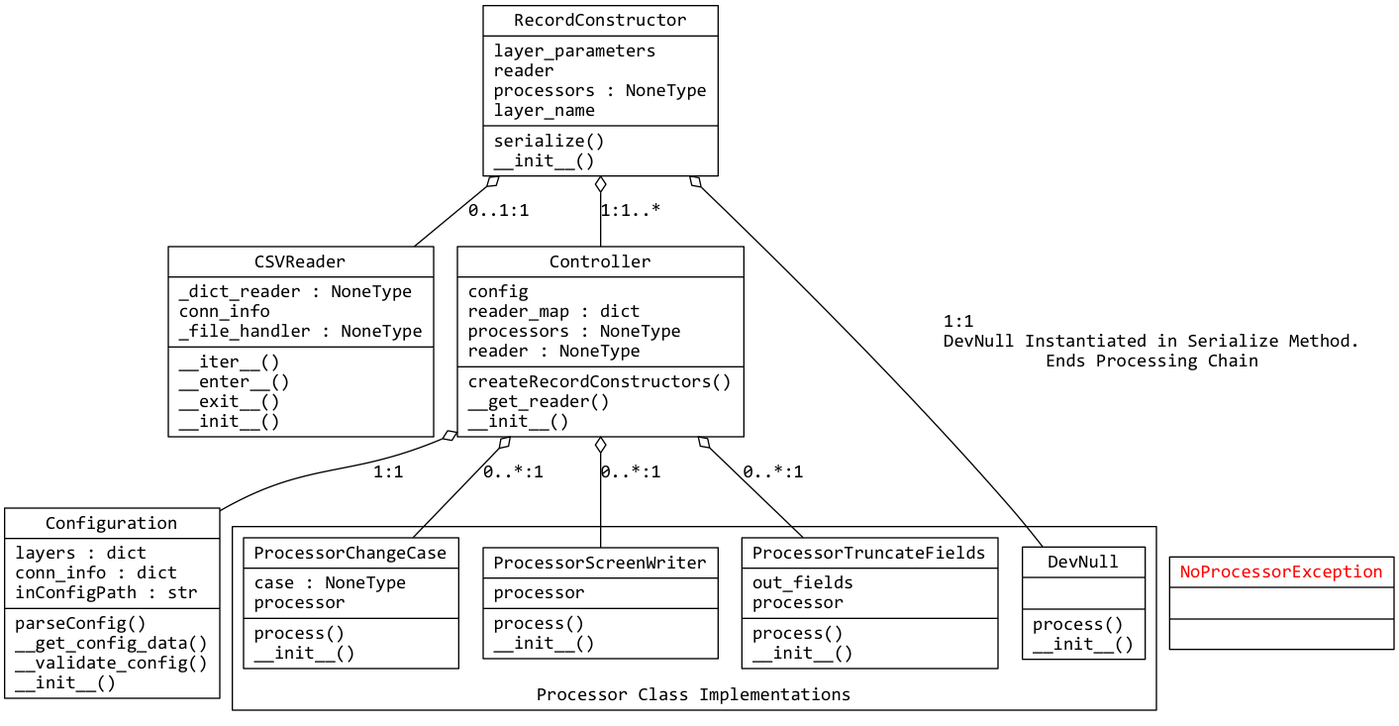
This is scripts/class_diagram.png from mattmakesmaps/DataPlunger, a Graphviz export, as it was before one commit. Its source is kept beside it as scripts/class_diagram.dot. Source of this version:
```dot
digraph "classes_No_Name" {
graph [fontname = "consolas"];
node [fontname = "consolas"];
edge [fontname = "consolas"];
charset="utf-8"
rankdir=BT
"CSVReader" [shape="record", label="{CSVReader|_dict_reader : NoneType\lconn_info\l_file_handler : NoneType\l|__iter__()\l__enter__()\l__exit__()\l__init__()\l}"];
"Configuration" [shape="record", label="{Configuration|layers : dict\lconn_info : dict\linConfigPath : str\l|parseConfig()\l__get_config_data()\l__validate_config()\l__init__()\l}"];
"Controller" [shape="record", label="{Controller|config\lreader_map : dict\lprocessors : NoneType\lreader : NoneType\l|createRecordConstructors()\l__get_reader()\l__init__()\l}"];
"DevNull" [shape="record", label="{DevNull|\l|process()\l__init__()\l}"];
"NoProcessorException" [fontcolor="red", shape="record", label="{NoProcessorException|\l|}"];
"ProcessorChangeCase" [shape="record", label="{ProcessorChangeCase|case : NoneType\lprocessor\l|process()\l__init__()\l}"];
"ProcessorScreenWriter" [shape="record", label="{ProcessorScreenWriter|processor\l|process()\l__init__()\l}"];
"ProcessorTruncateFields" [shape="record", label="{ProcessorTruncateFields|out_fields\lprocessor\l|process()\l__init__()\l}"];
"RecordConstructor" [shape="record", label="{RecordConstructor|layer_parameters\lreader\lprocessors : NoneType\llayer_name\l|serialize()\l__init__()\l}"];
subgraph "clusterProcessors"{
    "ProcessorTruncateFields" "ProcessorScreenWriter" "ProcessorChangeCase" "DevNull";
    label = "Processor Class Implementations";
}
"CSVReader" -> "RecordConstructor" [arrowhead="odiamond", arrowtail="none", label="0..1:1"];
"Configuration" -> "Controller" [arrowhead="odiamond", arrowtail="none", label="1:1"];
"Controller" -> "RecordConstructor" [arrowhead="odiamond", arrowtail="none", label="1:1..*"];
{"ProcessorChangeCase" "ProcessorTruncateFields" "ProcessorScreenWriter"} -> "Controller" [arrowhead="odiamond", arrowtail="none", label="0..*:1"]
{"DevNull"} -> "RecordConstructor" [arrowhead="odiamond", arrowtail="none", label="1:1\lDevNull Instantiated in Serialize Method.\lEnds Processing Chain"]
}
```
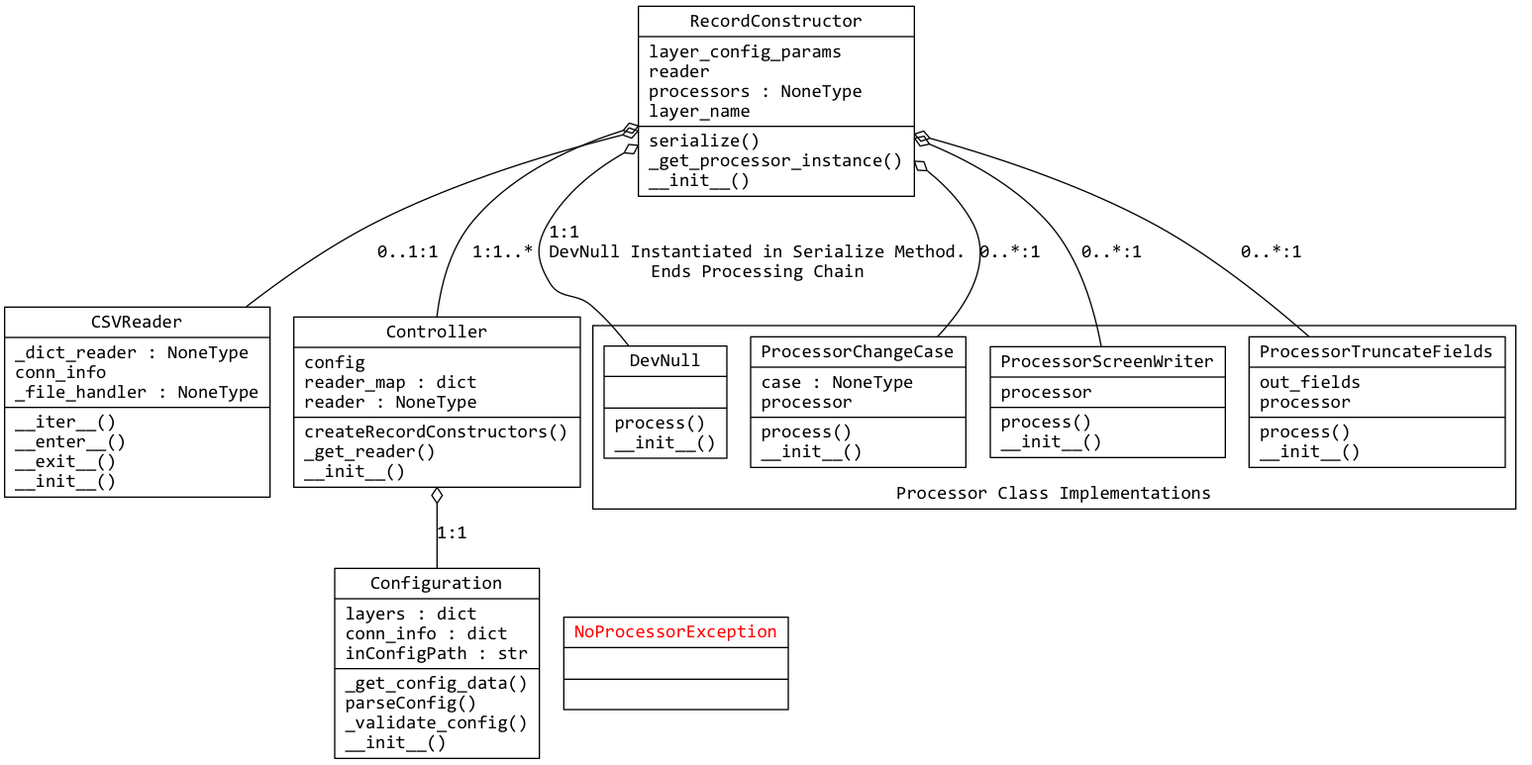
The same file after the commit.

Commit message:
update class diagram

Diff of the diagram source:
```diff
@@ -1,18 +1,18 @@
-digraph "classes_No_Name" {
+digraph "class_diagram" {
 graph [fontname = "consolas"];
 node [fontname = "consolas"];
 edge [fontname = "consolas"];
 charset="utf-8"
 rankdir=BT
 "CSVReader" [shape="record", label="{CSVReader|_dict_reader : NoneType\lconn_info\l_file_handler : NoneType\l|__iter__()\l__enter__()\l__exit__()\l__init__()\l}"];
-"Configuration" [shape="record", label="{Configuration|layers : dict\lconn_info : dict\linConfigPath : str\l|parseConfig()\l__get_config_data()\l__validate_config()\l__init__()\l}"];
-"Controller" [shape="record", label="{Controller|config\lreader_map : dict\lprocessors : NoneType\lreader : NoneType\l|createRecordConstructors()\l__get_reader()\l__init__()\l}"];
+"Configuration" [shape="record", label="{Configuration|layers : dict\lconn_info : dict\linConfigPath : str\l|_get_config_data()\lparseConfig()\l_validate_config()\l__init__()\l}"];
+"Controller" [shape="record", label="{Controller|config\lreader_map : dict\lreader : NoneType\l|createRecordConstructors()\l_get_reader()\l__init__()\l}"];
 "DevNull" [shape="record", label="{DevNull|\l|process()\l__init__()\l}"];
 "NoProcessorException" [fontcolor="red", shape="record", label="{NoProcessorException|\l|}"];
 "ProcessorChangeCase" [shape="record", label="{ProcessorChangeCase|case : NoneType\lprocessor\l|process()\l__init__()\l}"];
 "ProcessorScreenWriter" [shape="record", label="{ProcessorScreenWriter|processor\l|process()\l__init__()\l}"];
 "ProcessorTruncateFields" [shape="record", label="{ProcessorTruncateFields|out_fields\lprocessor\l|process()\l__init__()\l}"];
-"RecordConstructor" [shape="record", label="{RecordConstructor|layer_parameters\lreader\lprocessors : NoneType\llayer_name\l|serialize()\l__init__()\l}"];
+"RecordConstructor" [shape="record", label="{RecordConstructor|layer_config_params\lreader\lprocessors : NoneType\llayer_name\l|serialize()\l_get_processor_instance()\l__init__()\l}"];
 subgraph "clusterProcessors"{
     "ProcessorTruncateFields" "ProcessorScreenWriter" "ProcessorChangeCase" "DevNull";
     label = "Processor Class Implementations";
@@ -20,6 +20,6 @@
 "CSVReader" -> "RecordConstructor" [arrowhead="odiamond", arrowtail="none", label="0..1:1"];
 "Configuration" -> "Controller" [arrowhead="odiamond", arrowtail="none", label="1:1"];
 "Controller" -> "RecordConstructor" [arrowhead="odiamond", arrowtail="none", label="1:1..*"];
-{"ProcessorChangeCase" "ProcessorTruncateFields" "ProcessorScreenWriter"} -> "Controller" [arrowhead="odiamond", arrowtail="none", label="0..*:1"]
+{"ProcessorChangeCase" "ProcessorTruncateFields" "ProcessorScreenWriter"} -> "RecordConstructor" [arrowhead="odiamond", arrowtail="none", label="0..*:1"]
 {"DevNull"} -> "RecordConstructor" [arrowhead="odiamond", arrowtail="none", label="1:1\lDevNull Instantiated in Serialize Method.\lEnds Processing Chain"]
 }
```
